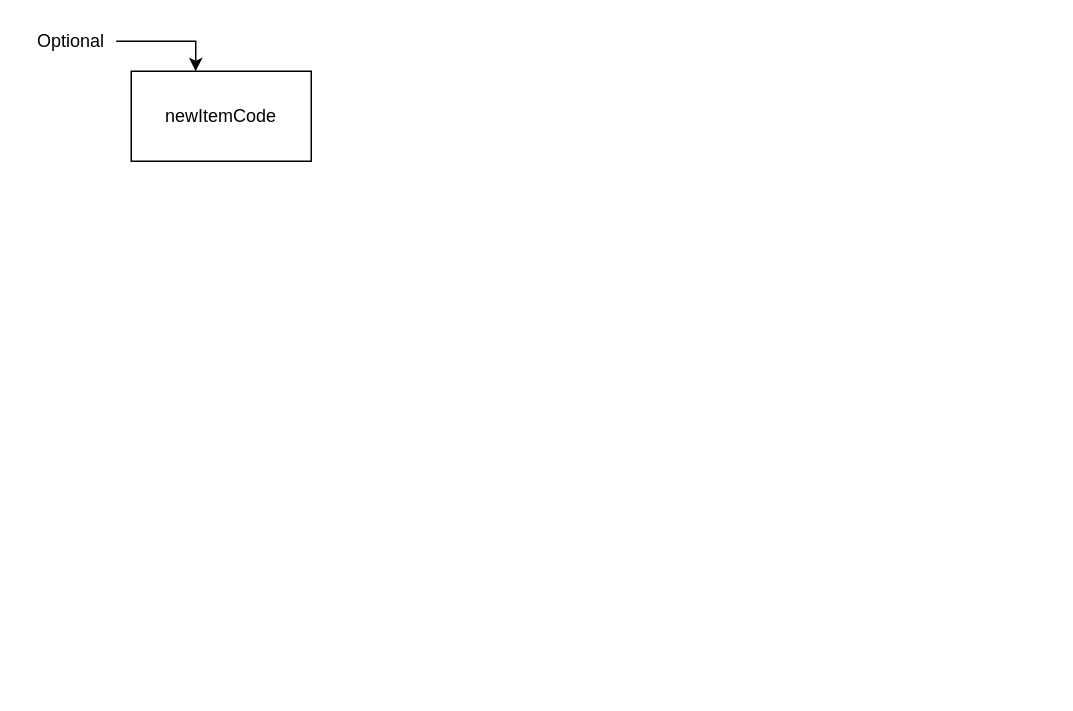
The draw.io diagram assets/misc.drawio in randunuprabash/Java-fx-simple-pos-system, before the edit. Source tidied: cells renumbered, new cells numbered last; positions are measured from the earlier drawing's top-left corner, leaving out a move shared by most shapes. Both pictures are drawn from the tidied source at 150%, with x=0, y=0 at pixel (26, 26).
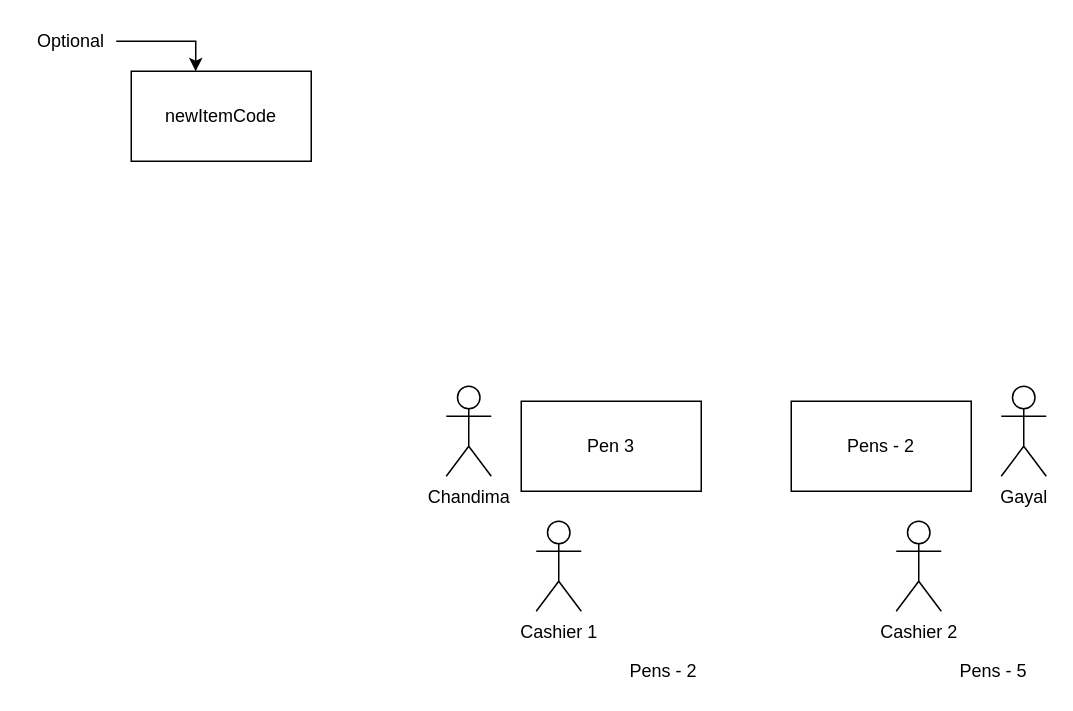
The same page after the edit.

Commit message (it also covers changes not shown here):
Implement some UI logics associated with the Qty.

Change to the diagram source:
```diff
@@
 <mxGraphModel>
   <root>
     <mxCell id="0" />
     <mxCell id="1" parent="0" />
     <mxCell id="2" value="newItemCode" style="rounded=0;whiteSpace=wrap;html=1;" parent="1" vertex="1">
       <mxGeometry x="70" y="30" width="120" height="60" as="geometry" />
     </mxCell>
     <mxCell id="3" style="edgeStyle=orthogonalEdgeStyle;rounded=0;jettySize=auto;html=1;entryX=0.358;entryY=0;entryDx=0;entryDy=0;entryPerimeter=0;" parent="1" edge="1" source="4" target="2">
       <mxGeometry relative="1" as="geometry" />
     </mxCell>
     <mxCell id="4" value="Optional" style="text;html=1;strokeColor=none;fillColor=none;align=center;verticalAlign=middle;whiteSpace=wrap;rounded=0;" parent="1" vertex="1">
       <mxGeometry width="60" height="20" as="geometry" />
     </mxCell>
+    <mxCell id="5" value="Cashier 1" style="shape=umlActor;verticalLabelPosition=bottom;verticalAlign=top;html=1;" parent="1" vertex="1">
+      <mxGeometry x="340" y="330" width="30" height="60" as="geometry" />
+    </mxCell>
+    <mxCell id="6" value="Cashier 2" style="shape=umlActor;verticalLabelPosition=bottom;verticalAlign=top;html=1;" parent="1" vertex="1">
+      <mxGeometry x="580" y="330" width="30" height="60" as="geometry" />
+    </mxCell>
+    <mxCell id="7" value="Pens - 2" style="rounded=0;whiteSpace=wrap;html=1;" parent="1" vertex="1">
+      <mxGeometry x="510" y="250" width="120" height="60" as="geometry" />
+    </mxCell>
+    <mxCell id="8" value="Chandima" style="shape=umlActor;verticalLabelPosition=bottom;verticalAlign=top;html=1;" parent="1" vertex="1">
+      <mxGeometry x="280" y="240" width="30" height="60" as="geometry" />
+    </mxCell>
+    <mxCell id="9" value="Pen 3" style="rounded=0;whiteSpace=wrap;html=1;" parent="1" vertex="1">
+      <mxGeometry x="330" y="250" width="120" height="60" as="geometry" />
+    </mxCell>
+    <mxCell id="10" value="Gayal" style="shape=umlActor;verticalLabelPosition=bottom;verticalAlign=top;html=1;" parent="1" vertex="1">
+      <mxGeometry x="650" y="240" width="30" height="60" as="geometry" />
+    </mxCell>
+    <mxCell id="11" value="Pens - 2" style="text;html=1;strokeColor=none;fillColor=none;align=center;verticalAlign=middle;whiteSpace=wrap;rounded=0;" parent="1" vertex="1">
+      <mxGeometry x="390" y="420" width="70" height="20" as="geometry" />
+    </mxCell>
+    <mxCell id="12" value="Pens - 5" style="text;html=1;strokeColor=none;fillColor=none;align=center;verticalAlign=middle;whiteSpace=wrap;rounded=0;" parent="1" vertex="1">
+      <mxGeometry x="610" y="420" width="70" height="20" as="geometry" />
+    </mxCell>
   </root>
 </mxGraphModel>
```
